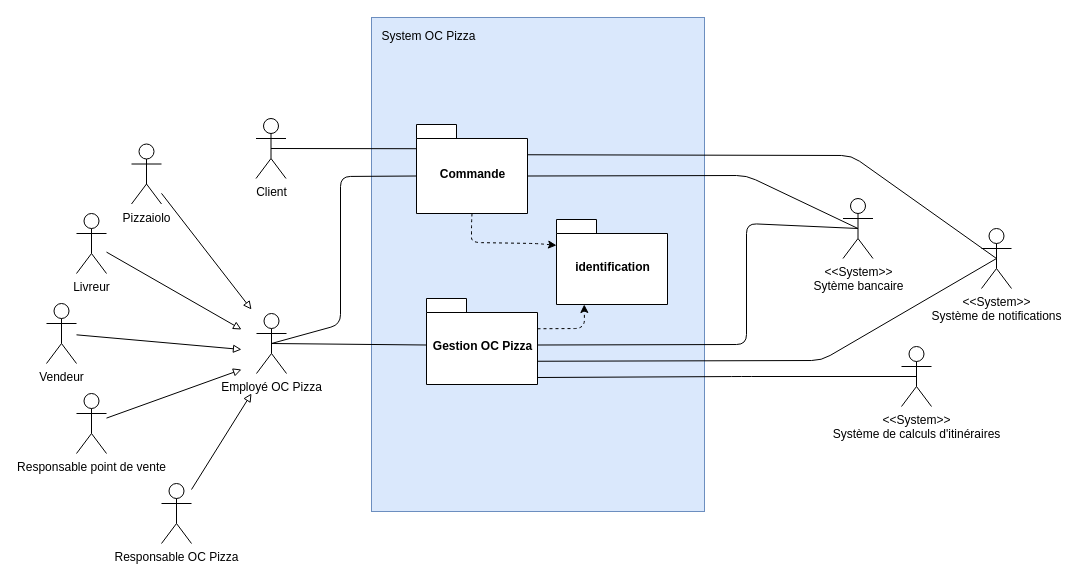
The draw.io diagram Diagramme de package.drawio in vinsbld/OCP, before the edit. Source tidied: cells renumbered, new cells numbered last; positions are measured from the earlier drawing's top-left corner, leaving out a move shared by most shapes. Both pictures are drawn from the tidied source at 100%, with x=0, y=0 at pixel (46, 17).
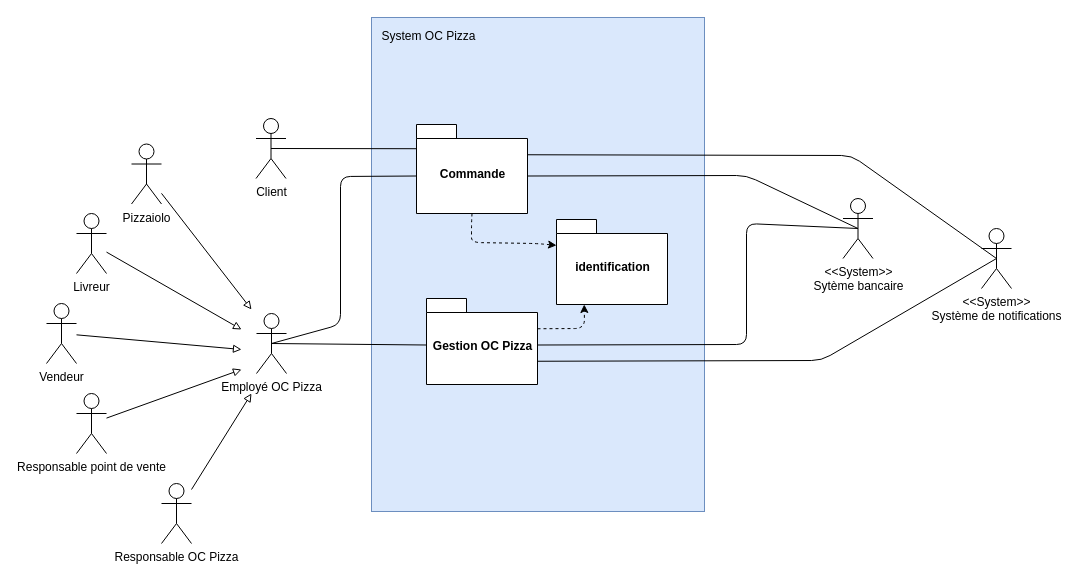
The same diagram, later.

The change refers to these unchanged cells:
```xml
<mxCell id="18" value="Gestion OC Pizza" style="shape=folder;fontStyle=1;spacingTop=10;tabWidth=40;tabHeight=14;tabPosition=left;html=1;" parent="1" vertex="1">
  <mxGeometry x="380" y="281" width="111" height="86" as="geometry" />
</mxCell>
```

What changed in the source:
```diff
@@
-    <mxCell id="26" value="&lt;div&gt;&amp;lt;&amp;lt;System&amp;gt;&amp;gt;&lt;/div&gt;&lt;div&gt;Système de calculs d'itinéraires&lt;br&gt;&lt;/div&gt;" style="shape=umlActor;verticalLabelPosition=bottom;labelBackgroundColor=#ffffff;verticalAlign=top;html=1;outlineConnect=0;" parent="1" vertex="1">
-      <mxGeometry x="855" y="329" width="30" height="60" as="geometry" />
-    </mxCell>
@@
-    <mxCell id="29" style="endArrow=none;html=1;entryX=0;entryY=0;entryDx=110.99999999999999;entryDy=79;entryPerimeter=0;exitX=0.5;exitY=0.5;exitDx=0;exitDy=0;exitPerimeter=0;" parent="1" edge="1" source="26" target="18">
-      <mxGeometry relative="1" as="geometry">
-        <Array as="points">
-          <mxPoint x="695" y="359" />
-        </Array>
-      </mxGeometry>
-    </mxCell>
```
